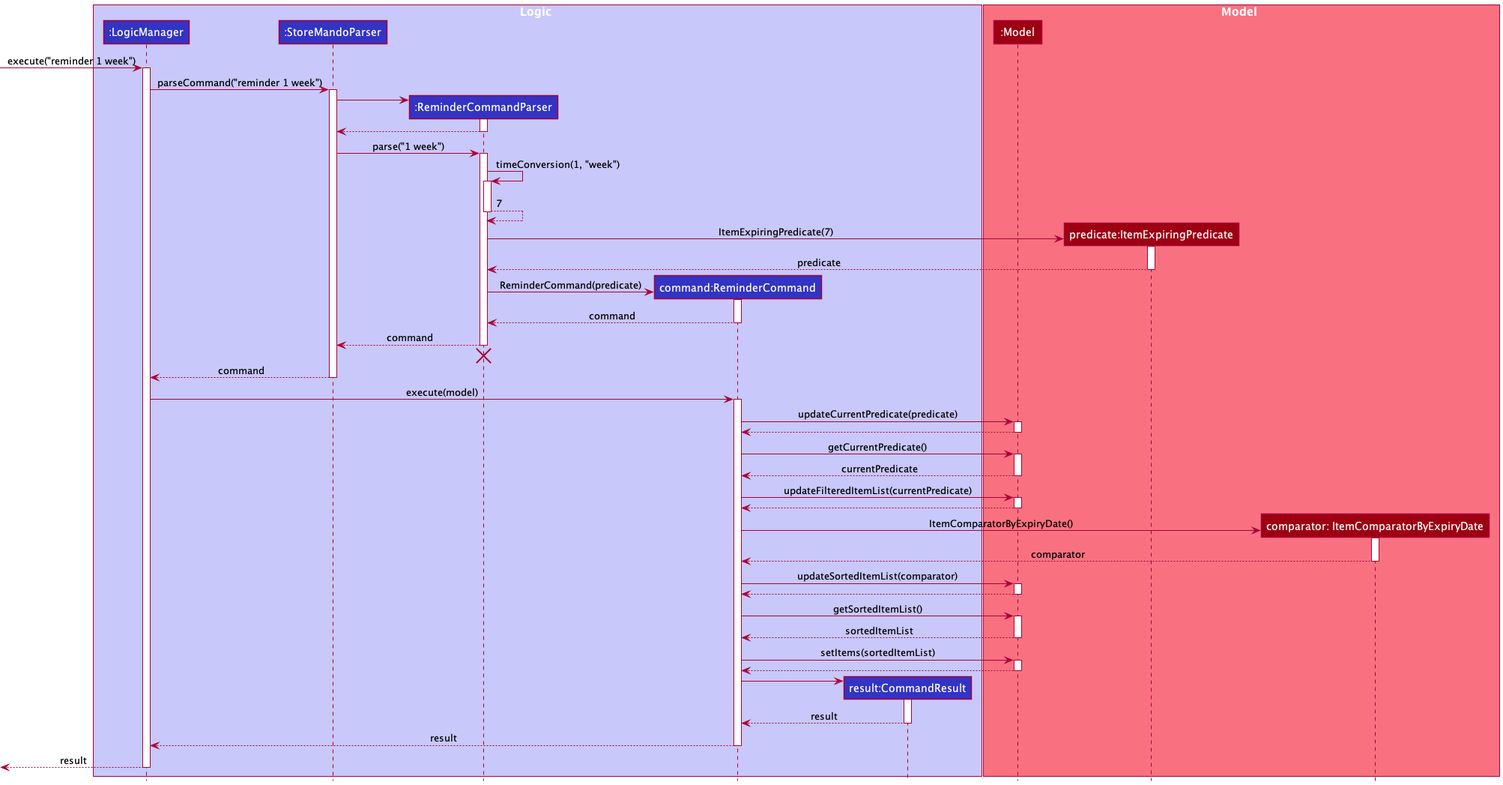
Before: docs/images/ReminderWeeksSequenceDiagram.png, a diagram exported from PlantUML (nus-cs2103-AY2021S2/tp).
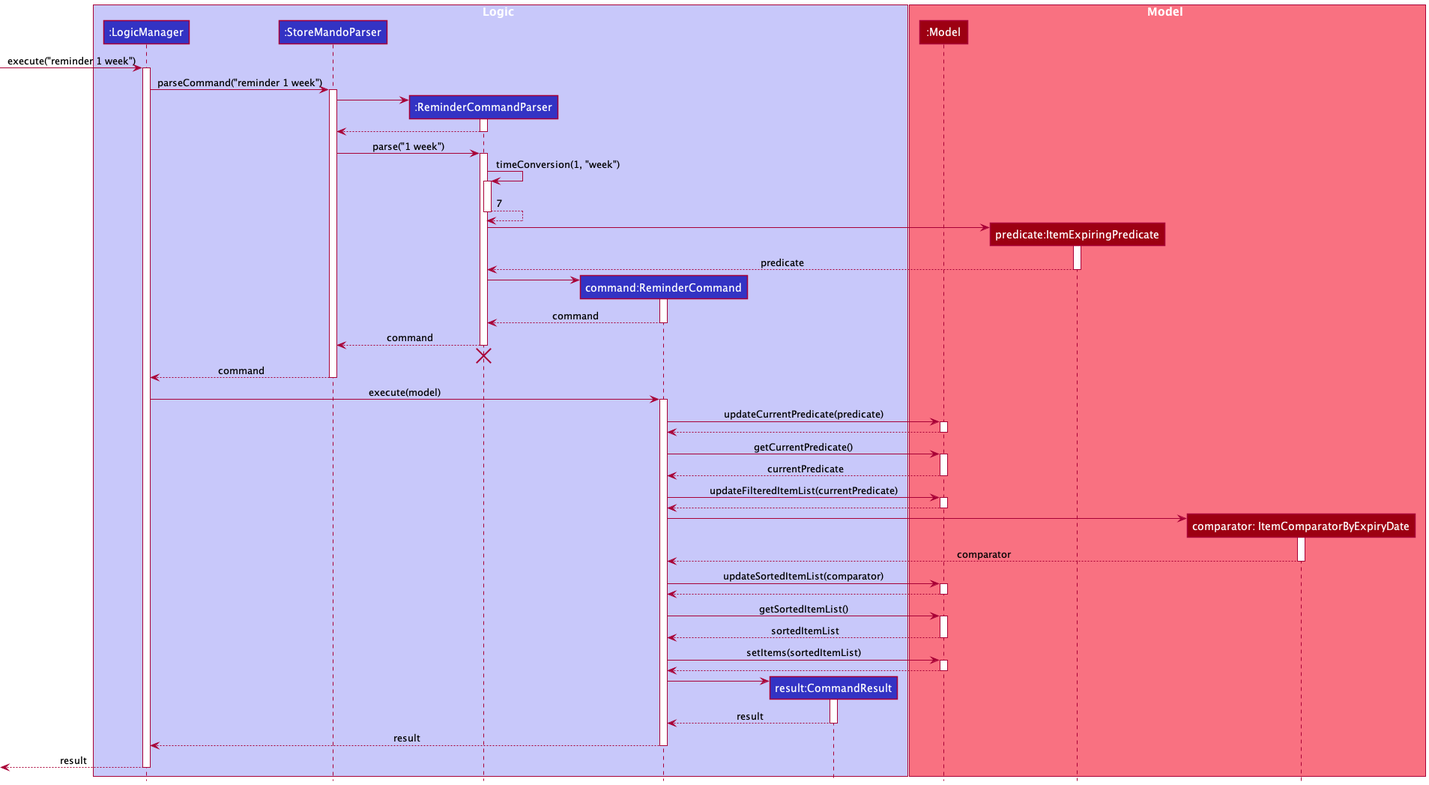
After the commit.

The edit, as a diff of the source:
```diff
@@ -38,14 +38,14 @@
 deactivate ReminderCommandParser
 
 create ItemExpiringPredicate
-ReminderCommandParser -> ItemExpiringPredicate : ItemExpiringPredicate(7)
+ReminderCommandParser -> ItemExpiringPredicate
 activate ItemExpiringPredicate
 
 ItemExpiringPredicate --> ReminderCommandParser : predicate
 deactivate ItemExpiringPredicate
 
 create ReminderCommand
-ReminderCommandParser -> ReminderCommand : ReminderCommand(predicate)
+ReminderCommandParser -> ReminderCommand
 activate ReminderCommand
 
 ReminderCommand --> ReminderCommandParser : command
@@ -81,7 +81,7 @@
 deactivate Model
 
 create ItemComparatorByExpiryDate
-ReminderCommand -> ItemComparatorByExpiryDate : ItemComparatorByExpiryDate()
+ReminderCommand -> ItemComparatorByExpiryDate
 activate ItemComparatorByExpiryDate
 
 ItemComparatorByExpiryDate --> ReminderCommand : comparator
```
